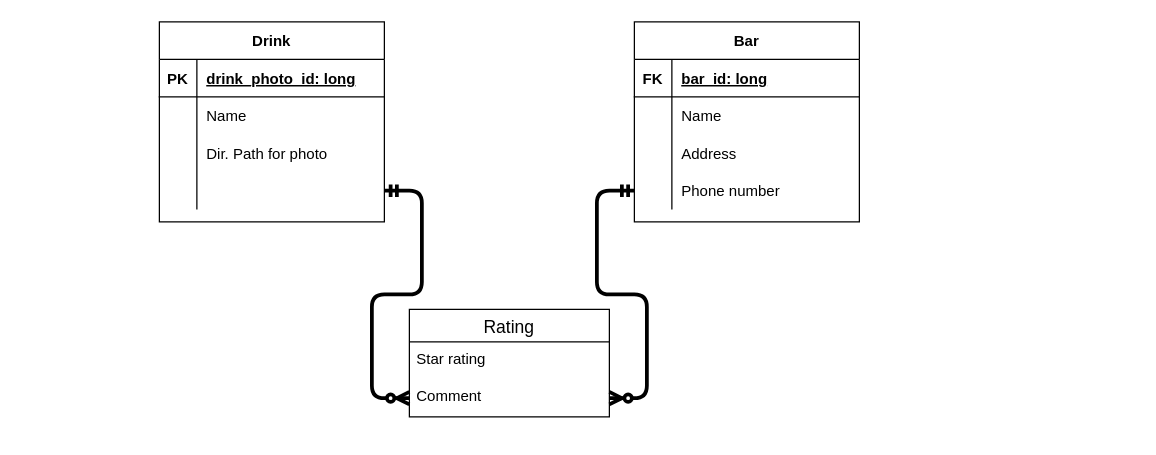
Before: docs/img/drawio/erd.drawio in tnordquist/personal-android-project-rbrazell1, a draw.io diagram. Source tidied: cells renumbered, new cells numbered last; positions are measured from the earlier drawing's top-left corner, leaving out a move shared by most shapes. Both pictures are drawn from the tidied source at 125%, with x=0, y=0 at pixel (159, 21).
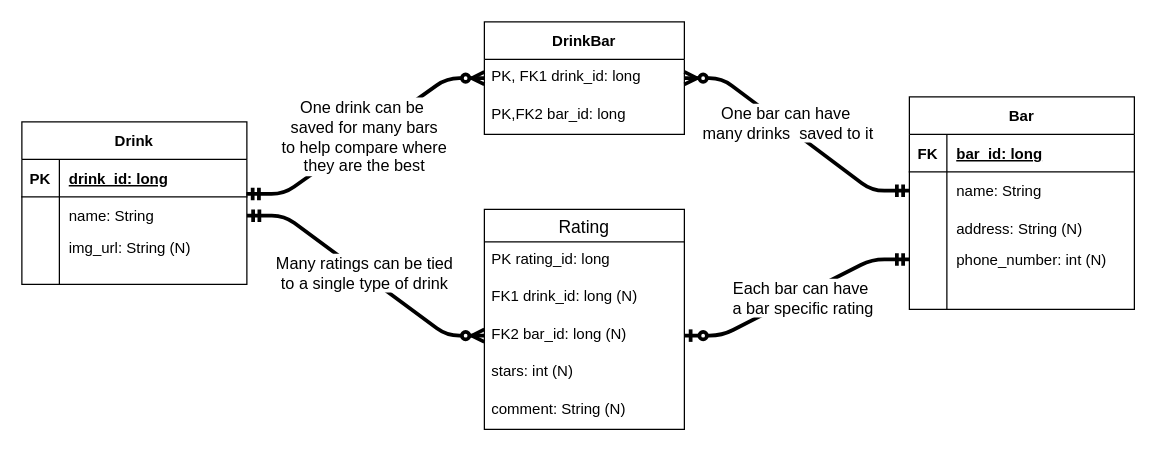
The same page after the edit.

The change refers to these unchanged cells:
```xml
<mxCell id="3" style="shape=partialRectangle;fillColor=none;top=0;left=0;bottom=1;right=0;" parent="2" vertex="1">
  <mxGeometry y="30" width="180" height="30" as="geometry" />
</mxCell>
<mxCell id="6" style="shape=partialRectangle;fillColor=none;top=0;left=0;bottom=0;right=0;points=[[0,0.5],[1,0.5]];portConstraint=eastwest;" parent="2" vertex="1">
  <mxGeometry y="60" width="180" height="30" as="geometry" />
</mxCell>
<mxCell id="19" style="shape=partialRectangle;fillColor=none;top=0;left=0;bottom=0;right=0;points=[[0,0.5],[1,0.5]];portConstraint=eastwest;" parent="15" vertex="1">
  <mxGeometry y="60" width="180" height="30" as="geometry" />
</mxCell>
<mxCell id="22" style="shape=partialRectangle;fillColor=none;top=0;left=0;bottom=0;right=0;" parent="15" vertex="1">
  <mxGeometry y="90" width="180" height="30" as="geometry" />
</mxCell>
```

The edit, as a diff of the source:
```diff
@@
     <mxCell id="2" value="Drink" style="shape=table;startSize=30;childLayout=tableLayout;rowLines=0;fontStyle=1;align=center;" parent="1" vertex="1">
-      <mxGeometry width="180" height="160" as="geometry" />
+      <mxGeometry x="-110" y="80" width="180" height="130" as="geometry" />
     </mxCell>
@@
-    <mxCell id="5" value="drink_photo_id: long" style="shape=partialRectangle;fillColor=none;top=0;left=0;bottom=0;right=0;align=left;spacingLeft=6;fontStyle=5;overflow=hidden;" parent="3" vertex="1">
+    <mxCell id="5" value="drink_id: long" style="shape=partialRectangle;fillColor=none;top=0;left=0;bottom=0;right=0;align=left;spacingLeft=6;fontStyle=5;overflow=hidden;" parent="3" vertex="1">
       <mxGeometry x="30" width="150" height="30" as="geometry" />
     </mxCell>
@@
-    <mxCell id="8" value="Name" style="shape=partialRectangle;fillColor=none;top=0;left=0;bottom=0;right=0;align=left;spacingLeft=6;overflow=hidden;" parent="6" vertex="1">
+    <mxCell id="8" value="name: String" style="shape=partialRectangle;fillColor=none;top=0;left=0;bottom=0;right=0;align=left;spacingLeft=6;overflow=hidden;" parent="6" vertex="1">
       <mxGeometry x="30" width="150" height="30" as="geometry" />
     </mxCell>
     <mxCell id="9" style="shape=partialRectangle;fillColor=none;top=0;left=0;bottom=0;right=0;" parent="2" vertex="1">
-      <mxGeometry y="90" width="180" height="30" as="geometry" />
+      <mxGeometry y="90" width="180" height="20" as="geometry" />
     </mxCell>
     <mxCell id="10" style="shape=partialRectangle;fillColor=none;top=0;left=0;bottom=0;right=0;overflow=hidden;" parent="9" vertex="1">
-      <mxGeometry width="30" height="30" as="geometry" />
+      <mxGeometry width="30" height="20" as="geometry" />
     </mxCell>
-    <mxCell id="11" value="Dir. Path for photo" style="shape=partialRectangle;fillColor=none;top=0;left=0;bottom=0;right=0;align=left;spacingLeft=6;overflow=hidden;" parent="9" vertex="1">
-      <mxGeometry x="30" width="150" height="30" as="geometry" />
+    <mxCell id="11" value="img_url: String (N)" style="shape=partialRectangle;fillColor=none;top=0;left=0;bottom=0;right=0;align=left;spacingLeft=6;overflow=hidden;" parent="9" vertex="1">
+      <mxGeometry x="30" width="150" height="20" as="geometry" />
     </mxCell>
     <mxCell id="12" style="shape=partialRectangle;fillColor=none;top=0;left=0;bottom=0;right=0;points=[[0,0.5],[1,0.5]];portConstraint=eastwest;" parent="2" vertex="1">
-      <mxGeometry y="120" width="180" height="30" as="geometry" />
+      <mxGeometry y="110" width="180" height="20" as="geometry" />
     </mxCell>
     <mxCell id="13" style="shape=partialRectangle;fillColor=none;top=0;left=0;bottom=0;right=0;overflow=hidden;" parent="12" vertex="1">
-      <mxGeometry width="30" height="30" as="geometry" />
+      <mxGeometry width="30" height="20" as="geometry" />
     </mxCell>
     <mxCell id="14" style="shape=partialRectangle;fillColor=none;top=0;left=0;bottom=0;right=0;align=left;spacingLeft=6;overflow=hidden;" parent="12" vertex="1">
-      <mxGeometry x="30" width="150" height="30" as="geometry" />
+      <mxGeometry x="30" width="150" height="20" as="geometry" />
     </mxCell>
     <mxCell id="15" value="Bar" style="shape=table;startSize=30;childLayout=tableLayout;rowLines=0;fontStyle=1;align=center;" parent="1" vertex="1">
-      <mxGeometry x="380" width="180" height="160" as="geometry" />
+      <mxGeometry x="600" y="60" width="180" height="170" as="geometry" />
     </mxCell>
@@
-    <mxCell id="21" value="Name" style="shape=partialRectangle;fillColor=none;top=0;left=0;bottom=0;right=0;align=left;spacingLeft=6;overflow=hidden;" parent="19" vertex="1">
+    <mxCell id="21" value="name: String" style="shape=partialRectangle;fillColor=none;top=0;left=0;bottom=0;right=0;align=left;spacingLeft=6;overflow=hidden;" parent="19" vertex="1">
       <mxGeometry x="30" width="150" height="30" as="geometry" />
     </mxCell>
@@
-    <mxCell id="24" value="Address " style="shape=partialRectangle;fillColor=none;top=0;left=0;bottom=0;right=0;align=left;spacingLeft=6;overflow=hidden;" parent="22" vertex="1">
+    <mxCell id="24" value="address: String (N)" style="shape=partialRectangle;fillColor=none;top=0;left=0;bottom=0;right=0;align=left;spacingLeft=6;overflow=hidden;" parent="22" vertex="1">
       <mxGeometry x="30" width="150" height="30" as="geometry" />
     </mxCell>
     <mxCell id="25" style="shape=partialRectangle;fillColor=none;top=0;left=0;bottom=0;right=0;points=[[0,0.5],[1,0.5]];portConstraint=eastwest;" parent="15" vertex="1">
-      <mxGeometry y="120" width="180" height="30" as="geometry" />
+      <mxGeometry y="120" width="180" height="20" as="geometry" />
     </mxCell>
     <mxCell id="26" style="shape=partialRectangle;fillColor=none;top=0;left=0;bottom=0;right=0;overflow=hidden;" parent="25" vertex="1">
-      <mxGeometry width="30" height="30" as="geometry" />
+      <mxGeometry width="30" height="20" as="geometry" />
     </mxCell>
-    <mxCell id="27" value="Phone number" style="shape=partialRectangle;fillColor=none;top=0;left=0;bottom=0;right=0;align=left;spacingLeft=6;overflow=hidden;" parent="25" vertex="1">
-      <mxGeometry x="30" width="150" height="30" as="geometry" />
+    <mxCell id="27" value="phone_number: int (N)" style="shape=partialRectangle;fillColor=none;top=0;left=0;bottom=0;right=0;align=left;spacingLeft=6;overflow=hidden;" parent="25" vertex="1">
+      <mxGeometry x="30" width="150" height="20" as="geometry" />
     </mxCell>
+    <mxCell id="33" style="shape=partialRectangle;fillColor=none;top=0;left=0;bottom=0;right=0;" parent="15" vertex="1">
+      <mxGeometry y="140" width="180" height="30" as="geometry" />
+    </mxCell>
+    <mxCell id="34" style="shape=partialRectangle;fillColor=none;top=0;left=0;bottom=0;right=0;overflow=hidden;" parent="33" vertex="1">
+      <mxGeometry width="30" height="30" as="geometry" />
+    </mxCell>
+    <mxCell id="35" style="shape=partialRectangle;fillColor=none;top=0;left=0;bottom=0;right=0;align=left;spacingLeft=6;overflow=hidden;" parent="33" vertex="1">
+      <mxGeometry x="30" width="150" height="30" as="geometry" />
+    </mxCell>
     <mxCell id="28" value="Rating" style="swimlane;fontStyle=0;horizontal=1;startSize=26;align=center;fontSize=14;" parent="1" vertex="1">
-      <mxGeometry x="200" y="230" width="160" height="86" as="geometry" />
+      <mxGeometry x="260" y="150" width="160" height="176" as="geometry" />
     </mxCell>
+    <mxCell id="36" value="PK rating_id: long" style="text;strokeColor=none;fillColor=none;spacingLeft=4;spacingRight=4;overflow=hidden;fontSize=12;" parent="28" vertex="1">
+      <mxGeometry y="26" width="160" height="30" as="geometry" />
+    </mxCell>
-    <mxCell id="29" value="Star rating" style="text;strokeColor=none;fillColor=none;spacingLeft=4;spacingRight=4;overflow=hidden;fontSize=12;" parent="28" vertex="1">
-      <mxGeometry y="26" width="160" height="30" as="geometry" />
+    <mxCell id="29" value="FK1 drink_id: long (N)" style="text;strokeColor=none;fillColor=none;spacingLeft=4;spacingRight=4;overflow=hidden;fontSize=12;" parent="28" vertex="1">
+      <mxGeometry y="56" width="160" height="30" as="geometry" />
     </mxCell>
-    <mxCell id="30" value="Comment " style="text;strokeColor=none;fillColor=none;spacingLeft=4;spacingRight=4;overflow=hidden;points=[[0,0.5],[1,0.5]];portConstraint=eastwest;fontSize=12;" parent="28" vertex="1">
-      <mxGeometry y="56" width="160" height="30" as="geometry" />
+    <mxCell id="30" value="FK2 bar_id: long (N)" style="text;strokeColor=none;fillColor=none;spacingLeft=4;spacingRight=4;overflow=hidden;points=[[0,0.5],[1,0.5]];portConstraint=eastwest;fontSize=12;" parent="28" vertex="1">
+      <mxGeometry y="86" width="160" height="30" as="geometry" />
     </mxCell>
+    <mxCell id="37" value="stars: int (N)" style="text;strokeColor=none;fillColor=none;spacingLeft=4;spacingRight=4;overflow=hidden;fontSize=12;" parent="28" vertex="1">
+      <mxGeometry y="116" width="160" height="30" as="geometry" />
+    </mxCell>
+    <mxCell id="38" value="comment: String (N)" style="text;strokeColor=none;fillColor=none;spacingLeft=4;spacingRight=4;overflow=hidden;fontSize=12;" parent="28" vertex="1">
+      <mxGeometry y="146" width="160" height="30" as="geometry" />
+    </mxCell>
-    <mxCell id="31" style="edgeStyle=entityRelationEdgeStyle;fontSize=12;html=1;endArrow=ERzeroToMany;startArrow=ERmandOne;strokeWidth=3;exitX=1;exitY=0.5;exitDx=0;exitDy=0;entryX=0;entryY=0.5;entryDx=0;entryDy=0;" parent="1" edge="1" source="12" target="30">
+    <mxCell id="31" style="edgeStyle=entityRelationEdgeStyle;fontSize=12;html=1;endArrow=ERzeroToMany;startArrow=ERmandOne;strokeWidth=3;exitX=1;exitY=0.5;exitDx=0;exitDy=0;entryX=0;entryY=0.5;entryDx=0;entryDy=0;" parent="1" edge="1" source="6" target="30">
       <mxGeometry relative="1" as="geometry" />
     </mxCell>
+    <mxCell id="39" value="&lt;font style=&quot;font-size: 13px;&quot;&gt;Many ratings can be tied &lt;br style=&quot;font-size: 13px;&quot;&gt;to a single type of drink&lt;/font&gt;" style="edgeLabel;html=1;align=center;verticalAlign=middle;fontSize=13;" parent="31" vertex="1">
+      <mxGeometry x="-0.07" y="-1" relative="1" as="geometry">
+        <mxPoint x="5.6" y="1" as="offset" />
+      </mxGeometry>
+    </mxCell>
+    <mxCell id="40" value="DrinkBar" style="shape=table;startSize=30;childLayout=tableLayout;rowLines=0;fontStyle=1;align=center;" parent="1" vertex="1">
+      <mxGeometry x="260" width="160" height="90" as="geometry" />
+    </mxCell>
+    <mxCell id="41" value="PK, FK1 drink_id: long" style="text;strokeColor=none;fillColor=none;spacingLeft=4;spacingRight=4;overflow=hidden;points=[[0,0.5],[1,0.5]];portConstraint=eastwest;fontSize=12;" parent="40" vertex="1">
+      <mxGeometry y="30" width="160" height="30" as="geometry" />
+    </mxCell>
+    <mxCell id="42" value="PK,FK2 bar_id: long" style="text;strokeColor=none;fillColor=none;spacingLeft=4;spacingRight=4;overflow=hidden;fontSize=12;" parent="40" vertex="1">
+      <mxGeometry y="60" width="160" height="30" as="geometry" />
+    </mxCell>
+    <mxCell id="43" style="edgeStyle=entityRelationEdgeStyle;fontSize=12;html=1;endArrow=ERzeroToMany;startArrow=ERmandOne;strokeWidth=3;exitX=0.998;exitY=-0.077;exitDx=0;exitDy=0;exitPerimeter=0;entryX=0;entryY=0.5;entryDx=0;entryDy=0;" parent="1" edge="1" source="6" target="41">
+      <mxGeometry relative="1" as="geometry" />
+    </mxCell>
+    <mxCell id="44" value="&lt;font style=&quot;font-size: 13px&quot;&gt;One drink can be&lt;br&gt;&amp;nbsp;saved for many bars&lt;br&gt;&amp;nbsp;to help compare where&lt;br&gt;&amp;nbsp;they are the best&lt;/font&gt;" style="edgeLabel;html=1;align=center;verticalAlign=middle;" parent="43" vertex="1">
+      <mxGeometry x="-0.03" y="2" relative="1" as="geometry" />
+    </mxCell>
+    <mxCell id="45" style="edgeStyle=entityRelationEdgeStyle;fontSize=12;html=1;endArrow=ERzeroToMany;startArrow=ERmandOne;strokeWidth=3;exitX=0;exitY=0.5;exitDx=0;exitDy=0;entryX=1;entryY=0.5;entryDx=0;entryDy=0;" parent="1" edge="1" source="19" target="41">
+      <mxGeometry relative="1" as="geometry" />
+    </mxCell>
+    <mxCell id="46" value="&lt;font style=&quot;font-size: 13px&quot;&gt;One bar can have&lt;br&gt;&amp;nbsp;many drinks&amp;nbsp; saved to it&lt;/font&gt;" style="edgeLabel;html=1;align=center;verticalAlign=middle;" parent="45" vertex="1">
+      <mxGeometry x="0.12" y="-2" relative="1" as="geometry" />
+    </mxCell>
-    <mxCell id="32" style="edgeStyle=entityRelationEdgeStyle;fontSize=12;html=1;endArrow=ERzeroToMany;startArrow=ERmandOne;strokeWidth=3;exitX=0;exitY=0.5;exitDx=0;exitDy=0;entryX=1;entryY=0.5;entryDx=0;entryDy=0;" parent="1" edge="1" source="25" target="30">
+    <mxCell id="32" style="edgeStyle=entityRelationEdgeStyle;fontSize=12;html=1;endArrow=ERzeroToOne;startArrow=ERmandOne;strokeWidth=3;exitX=0;exitY=0.5;exitDx=0;exitDy=0;entryX=1;entryY=0.5;entryDx=0;entryDy=0;" parent="1" edge="1" source="25" target="30">
       <mxGeometry relative="1" as="geometry" />
     </mxCell>
+    <mxCell id="47" value="&lt;font style=&quot;font-size: 13px&quot;&gt;Each bar can have&lt;br&gt;&amp;nbsp;a bar specific rating&lt;/font&gt;" style="edgeLabel;html=1;align=center;verticalAlign=middle;fontSize=13;" parent="32" vertex="1">
+      <mxGeometry x="-0.02" y="1" relative="1" as="geometry" />
+    </mxCell>
```
